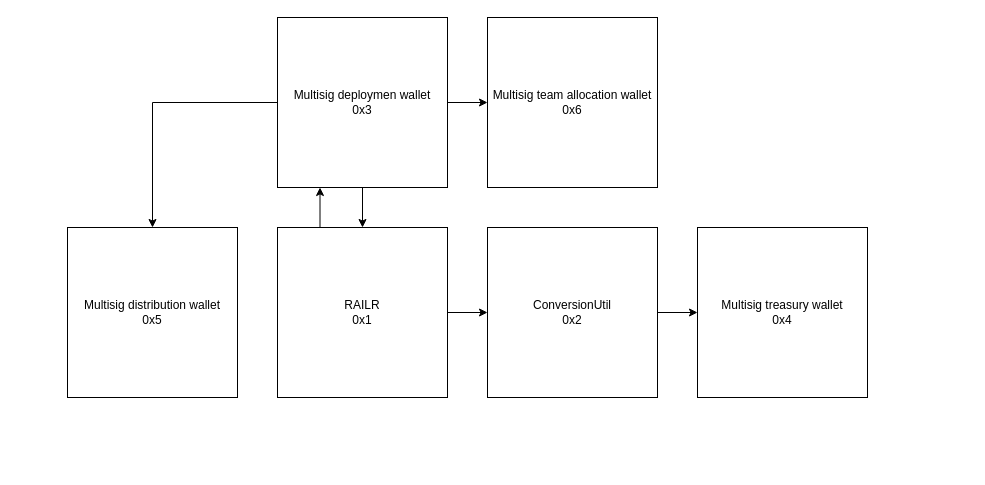
Earlier version of the draw.io diagram diagram.drawio (maximedupreorg/OPOLY). Source tidied: cells renumbered, new cells numbered last; positions are measured from the earlier drawing's top-left corner, leaving out a move shared by most shapes. Both pictures are drawn from the tidied source at 100%, with x=0, y=0 at pixel (67, 17).
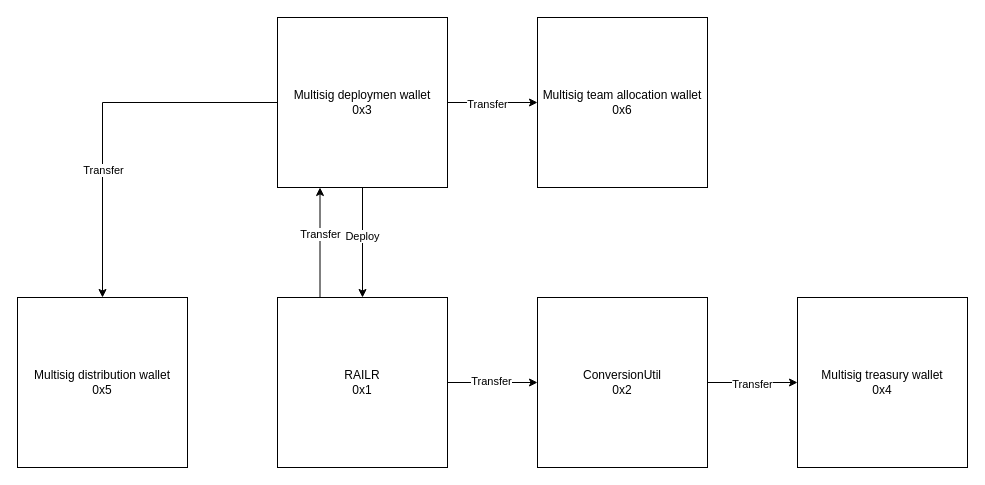
After the change.

The change refers to these unchanged cells:
```xml
<mxCell id="2" style="edgeStyle=orthogonalEdgeStyle;rounded=0;jettySize=auto;html=1;exitX=1;exitY=0.5;exitDx=0;exitDy=0;entryX=0;entryY=0.5;entryDx=0;entryDy=0;" parent="1" edge="1" source="4" target="6">
  <mxGeometry relative="1" as="geometry" />
</mxCell>
<mxCell id="3" style="edgeStyle=orthogonalEdgeStyle;rounded=0;jettySize=auto;html=1;exitX=0.25;exitY=0;exitDx=0;exitDy=0;entryX=0.25;entryY=1;entryDx=0;entryDy=0;" parent="1" edge="1" source="4" target="10">
  <mxGeometry relative="1" as="geometry" />
</mxCell>
<mxCell id="5" style="edgeStyle=orthogonalEdgeStyle;rounded=0;jettySize=auto;html=1;exitX=1;exitY=0.5;exitDx=0;exitDy=0;entryX=0;entryY=0.5;entryDx=0;entryDy=0;" parent="1" edge="1" source="6" target="11">
  <mxGeometry relative="1" as="geometry" />
</mxCell>
<mxCell id="7" style="edgeStyle=orthogonalEdgeStyle;rounded=0;jettySize=auto;html=1;exitX=0.5;exitY=1;exitDx=0;exitDy=0;entryX=0.5;entryY=0;entryDx=0;entryDy=0;" parent="1" edge="1" source="10" target="4">
  <mxGeometry relative="1" as="geometry" />
</mxCell>
<mxCell id="8" style="edgeStyle=orthogonalEdgeStyle;rounded=0;jettySize=auto;html=1;exitX=0;exitY=0.5;exitDx=0;exitDy=0;" parent="1" edge="1" source="10" target="12">
  <mxGeometry relative="1" as="geometry" />
</mxCell>
<mxCell id="9" style="edgeStyle=orthogonalEdgeStyle;rounded=0;jettySize=auto;html=1;exitX=1;exitY=0.5;exitDx=0;exitDy=0;entryX=0;entryY=0.5;entryDx=0;entryDy=0;" parent="1" edge="1" source="10" target="13">
  <mxGeometry relative="1" as="geometry" />
</mxCell>
```

Diff of the diagram source:
```diff
@@
+    <mxCell id="14" value="Transfer" style="edgeLabel;html=1;align=center;verticalAlign=middle;" parent="2" vertex="1">
+      <mxGeometry x="-0.04" y="2" relative="1" as="geometry" />
+    </mxCell>
@@
+    <mxCell id="15" value="Transfer" style="edgeLabel;html=1;align=center;verticalAlign=middle;" parent="3" vertex="1">
+      <mxGeometry x="0.16" y="1" relative="1" as="geometry">
+        <mxPoint x="1" as="offset" />
+      </mxGeometry>
+    </mxCell>
     <mxCell id="4" value="RAILR&lt;br&gt;0x1" style="whiteSpace=wrap;html=1;" parent="1" vertex="1">
-      <mxGeometry x="210" y="210" width="170" height="170" as="geometry" />
+      <mxGeometry x="210" y="280" width="170" height="170" as="geometry" />
     </mxCell>
@@
+    <mxCell id="16" value="Transfer" style="edgeLabel;html=1;align=center;verticalAlign=middle;" parent="5" vertex="1">
+      <mxGeometry x="-0.02" y="-1" relative="1" as="geometry" />
+    </mxCell>
     <mxCell id="6" value="ConversionUtil&lt;br&gt;0x2" style="whiteSpace=wrap;html=1;" parent="1" vertex="1">
-      <mxGeometry x="420" y="210" width="170" height="170" as="geometry" />
+      <mxGeometry x="470" y="280" width="170" height="170" as="geometry" />
     </mxCell>
@@
+    <mxCell id="17" value="Deploy" style="edgeLabel;html=1;align=center;verticalAlign=middle;" parent="7" vertex="1">
+      <mxGeometry x="-0.13" y="-1" relative="1" as="geometry" />
+    </mxCell>
@@
+    <mxCell id="18" value="Transfer" style="edgeLabel;html=1;align=center;verticalAlign=middle;" parent="8" vertex="1">
+      <mxGeometry x="0.31" relative="1" as="geometry" />
+    </mxCell>
@@
+    <mxCell id="19" value="Transfer" style="edgeLabel;html=1;align=center;verticalAlign=middle;" parent="9" vertex="1">
+      <mxGeometry x="-0.13" y="-1" relative="1" as="geometry" />
+    </mxCell>
@@
     <mxCell id="11" value="Multisig treasury wallet&lt;br&gt;0x4" style="whiteSpace=wrap;html=1;" parent="1" vertex="1">
-      <mxGeometry x="630" y="210" width="170" height="170" as="geometry" />
+      <mxGeometry x="730" y="280" width="170" height="170" as="geometry" />
     </mxCell>
     <mxCell id="12" value="Multisig distribution wallet&lt;br&gt;0x5" style="whiteSpace=wrap;html=1;" parent="1" vertex="1">
-      <mxGeometry y="210" width="170" height="170" as="geometry" />
+      <mxGeometry x="-50" y="280" width="170" height="170" as="geometry" />
     </mxCell>
     <mxCell id="13" value="Multisig team allocation wallet&lt;br&gt;0x6" style="whiteSpace=wrap;html=1;" parent="1" vertex="1">
-      <mxGeometry x="420" width="170" height="170" as="geometry" />
+      <mxGeometry x="470" width="170" height="170" as="geometry" />
     </mxCell>
```
